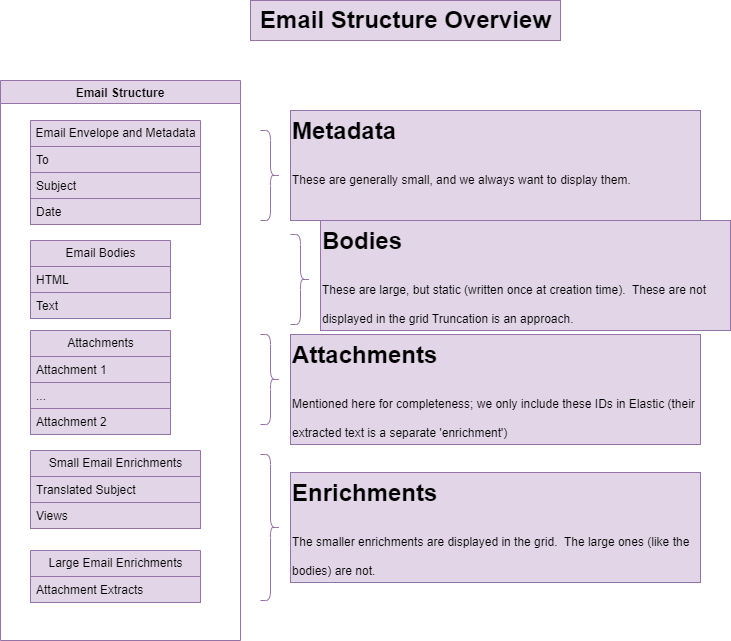
Above: notes/diagrams/email-structure-overview.png in maybe-another-name/elastic-things (draw.io), before the change. Source tidied: cells renumbered, new cells last; positions are measured from the earlier drawing's top-left corner, leaving out a move shared by most shapes.
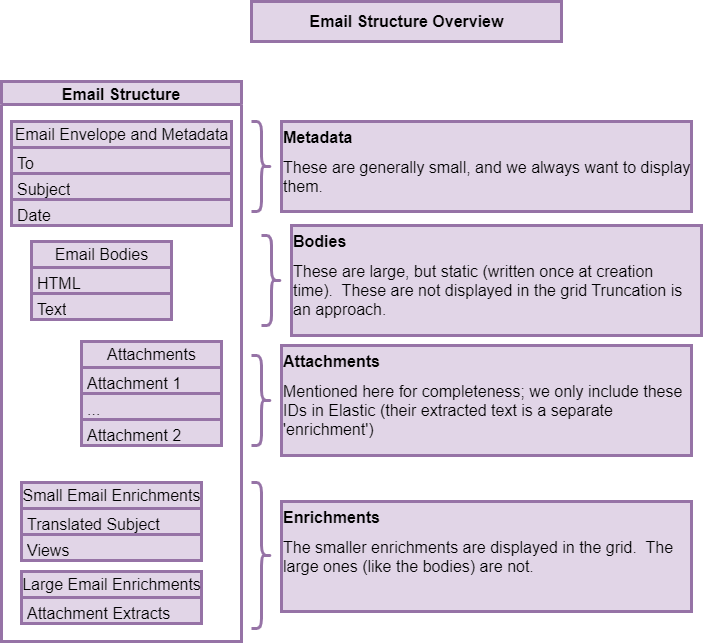
The same file after the commit.

The edit, as a diff of the source:
```diff
@@ -2,82 +2,82 @@
   <root>
     <mxCell id="0" />
     <mxCell id="1" parent="0" />
-    <mxCell id="2" value="Email Structure" style="swimlane;fillColor=#e1d5e7;strokeColor=#9673a6;" parent="1" vertex="1">
+    <mxCell id="2" value="Email Structure" style="swimlane;fillColor=#e1d5e7;strokeColor=#9673a6;fontSize=16;strokeWidth=3;" parent="1" vertex="1">
       <mxGeometry y="80" width="240" height="560" as="geometry" />
     </mxCell>
-    <mxCell id="3" value="Email Envelope and Metadata" style="swimlane;fontStyle=0;horizontal=1;startSize=26;fillColor=#e1d5e7;html=1;strokeColor=#9673a6;" parent="2" vertex="1">
-      <mxGeometry x="30" y="40" width="170" height="104" as="geometry" />
+    <mxCell id="3" value="Email Envelope and Metadata" style="swimlane;fontStyle=0;horizontal=1;startSize=26;fillColor=#e1d5e7;html=1;strokeColor=#9673a6;fontSize=16;strokeWidth=3;" parent="2" vertex="1">
+      <mxGeometry x="10" y="40" width="220" height="104" as="geometry" />
     </mxCell>
-    <mxCell id="4" value="To" style="text;strokeColor=#9673a6;fillColor=#e1d5e7;align=left;verticalAlign=top;spacingLeft=4;spacingRight=4;overflow=hidden;whiteSpace=wrap;html=1;" parent="3" vertex="1">
-      <mxGeometry y="26" width="170" height="26" as="geometry" />
+    <mxCell id="4" value="To" style="text;strokeColor=#9673a6;fillColor=#e1d5e7;align=left;verticalAlign=top;spacingLeft=4;spacingRight=4;overflow=hidden;whiteSpace=wrap;html=1;fontSize=16;strokeWidth=3;" parent="3" vertex="1">
+      <mxGeometry y="26" width="220" height="26" as="geometry" />
     </mxCell>
-    <mxCell id="5" value="Subject" style="text;strokeColor=#9673a6;fillColor=#e1d5e7;align=left;verticalAlign=top;spacingLeft=4;spacingRight=4;overflow=hidden;whiteSpace=wrap;html=1;" parent="3" vertex="1">
-      <mxGeometry y="52" width="170" height="26" as="geometry" />
+    <mxCell id="5" value="Subject" style="text;strokeColor=#9673a6;fillColor=#e1d5e7;align=left;verticalAlign=top;spacingLeft=4;spacingRight=4;overflow=hidden;whiteSpace=wrap;html=1;fontSize=16;strokeWidth=3;" parent="3" vertex="1">
+      <mxGeometry y="52" width="220" height="26" as="geometry" />
     </mxCell>
-    <mxCell id="6" value="Date" style="text;strokeColor=#9673a6;fillColor=#e1d5e7;align=left;verticalAlign=top;spacingLeft=4;spacingRight=4;overflow=hidden;whiteSpace=wrap;html=1;" parent="3" vertex="1">
-      <mxGeometry y="78" width="170" height="26" as="geometry" />
+    <mxCell id="6" value="Date" style="text;strokeColor=#9673a6;fillColor=#e1d5e7;align=left;verticalAlign=top;spacingLeft=4;spacingRight=4;overflow=hidden;whiteSpace=wrap;html=1;fontSize=16;strokeWidth=3;" parent="3" vertex="1">
+      <mxGeometry y="78" width="220" height="26" as="geometry" />
     </mxCell>
-    <mxCell id="7" value="Attachments" style="swimlane;fontStyle=0;horizontal=1;startSize=26;fillColor=#e1d5e7;html=1;strokeColor=#9673a6;" parent="2" vertex="1">
-      <mxGeometry x="30" y="250" width="140" height="104" as="geometry" />
+    <mxCell id="7" value="Attachments" style="swimlane;fontStyle=0;horizontal=1;startSize=26;fillColor=#e1d5e7;html=1;strokeColor=#9673a6;fontSize=16;strokeWidth=3;" parent="2" vertex="1">
+      <mxGeometry x="80" y="260" width="140" height="104" as="geometry" />
     </mxCell>
-    <mxCell id="8" value="Attachment 1" style="text;strokeColor=#9673a6;fillColor=#e1d5e7;align=left;verticalAlign=top;spacingLeft=4;spacingRight=4;overflow=hidden;whiteSpace=wrap;html=1;" parent="7" vertex="1">
+    <mxCell id="8" value="Attachment 1" style="text;strokeColor=#9673a6;fillColor=#e1d5e7;align=left;verticalAlign=top;spacingLeft=4;spacingRight=4;overflow=hidden;whiteSpace=wrap;html=1;fontSize=16;strokeWidth=3;" parent="7" vertex="1">
       <mxGeometry y="26" width="140" height="26" as="geometry" />
     </mxCell>
-    <mxCell id="9" value="..." style="text;strokeColor=#9673a6;fillColor=#e1d5e7;align=left;verticalAlign=top;spacingLeft=4;spacingRight=4;overflow=hidden;whiteSpace=wrap;html=1;" parent="7" vertex="1">
+    <mxCell id="9" value="..." style="text;strokeColor=#9673a6;fillColor=#e1d5e7;align=left;verticalAlign=top;spacingLeft=4;spacingRight=4;overflow=hidden;whiteSpace=wrap;html=1;fontSize=16;strokeWidth=3;" parent="7" vertex="1">
       <mxGeometry y="52" width="140" height="26" as="geometry" />
     </mxCell>
-    <mxCell id="10" value="Attachment 2" style="text;strokeColor=#9673a6;fillColor=#e1d5e7;align=left;verticalAlign=top;spacingLeft=4;spacingRight=4;overflow=hidden;whiteSpace=wrap;html=1;" parent="7" vertex="1">
+    <mxCell id="10" value="Attachment 2" style="text;strokeColor=#9673a6;fillColor=#e1d5e7;align=left;verticalAlign=top;spacingLeft=4;spacingRight=4;overflow=hidden;whiteSpace=wrap;html=1;fontSize=16;strokeWidth=3;" parent="7" vertex="1">
       <mxGeometry y="78" width="140" height="26" as="geometry" />
     </mxCell>
-    <mxCell id="11" value="Large Email Enrichments" style="swimlane;fontStyle=0;horizontal=1;startSize=26;fillColor=#e1d5e7;html=1;strokeColor=#9673a6;" parent="2" vertex="1">
-      <mxGeometry x="30" y="470" width="170" height="52" as="geometry" />
+    <mxCell id="11" value="Large Email Enrichments" style="swimlane;fontStyle=0;horizontal=1;startSize=26;fillColor=#e1d5e7;html=1;strokeColor=#9673a6;fontSize=16;strokeWidth=3;" parent="2" vertex="1">
+      <mxGeometry x="20" y="490" width="180" height="52" as="geometry" />
     </mxCell>
-    <mxCell id="12" value="Attachment Extracts" style="text;strokeColor=#9673a6;fillColor=#e1d5e7;align=left;verticalAlign=top;spacingLeft=4;spacingRight=4;overflow=hidden;whiteSpace=wrap;html=1;" parent="11" vertex="1">
-      <mxGeometry y="26" width="170" height="26" as="geometry" />
+    <mxCell id="12" value="Attachment Extracts" style="text;strokeColor=#9673a6;fillColor=#e1d5e7;align=left;verticalAlign=top;spacingLeft=4;spacingRight=4;overflow=hidden;whiteSpace=wrap;html=1;fontSize=16;strokeWidth=3;" parent="11" vertex="1">
+      <mxGeometry y="26" width="180" height="26" as="geometry" />
     </mxCell>
-    <mxCell id="13" value="Email Bodies" style="swimlane;fontStyle=0;horizontal=1;startSize=26;fillColor=#e1d5e7;html=1;strokeColor=#9673a6;" parent="1" vertex="1">
+    <mxCell id="13" value="Email Bodies" style="swimlane;fontStyle=0;horizontal=1;startSize=26;fillColor=#e1d5e7;html=1;strokeColor=#9673a6;fontSize=16;strokeWidth=3;" parent="1" vertex="1">
       <mxGeometry x="30" y="240" width="140" height="78" as="geometry" />
     </mxCell>
-    <mxCell id="14" value="HTML" style="text;strokeColor=#9673a6;fillColor=#e1d5e7;align=left;verticalAlign=top;spacingLeft=4;spacingRight=4;overflow=hidden;whiteSpace=wrap;html=1;" parent="13" vertex="1">
+    <mxCell id="14" value="HTML" style="text;strokeColor=#9673a6;fillColor=#e1d5e7;align=left;verticalAlign=top;spacingLeft=4;spacingRight=4;overflow=hidden;whiteSpace=wrap;html=1;fontSize=16;strokeWidth=3;" parent="13" vertex="1">
       <mxGeometry y="26" width="140" height="26" as="geometry" />
     </mxCell>
-    <mxCell id="15" value="Text" style="text;strokeColor=#9673a6;fillColor=#e1d5e7;align=left;verticalAlign=top;spacingLeft=4;spacingRight=4;overflow=hidden;whiteSpace=wrap;html=1;" parent="13" vertex="1">
+    <mxCell id="15" value="Text" style="text;strokeColor=#9673a6;fillColor=#e1d5e7;align=left;verticalAlign=top;spacingLeft=4;spacingRight=4;overflow=hidden;whiteSpace=wrap;html=1;fontSize=16;strokeWidth=3;" parent="13" vertex="1">
       <mxGeometry y="52" width="140" height="26" as="geometry" />
     </mxCell>
-    <mxCell id="16" value="Small Email Enrichments" style="swimlane;fontStyle=0;horizontal=1;startSize=26;fillColor=#e1d5e7;html=1;strokeColor=#9673a6;" parent="1" vertex="1">
-      <mxGeometry x="30" y="450" width="170" height="78" as="geometry" />
+    <mxCell id="16" value="Small Email Enrichments" style="swimlane;fontStyle=0;horizontal=1;startSize=26;fillColor=#e1d5e7;html=1;strokeColor=#9673a6;fontSize=16;strokeWidth=3;" parent="1" vertex="1">
+      <mxGeometry x="20" y="481" width="180" height="78" as="geometry" />
     </mxCell>
-    <mxCell id="17" value="Translated Subject" style="text;strokeColor=#9673a6;fillColor=#e1d5e7;align=left;verticalAlign=top;spacingLeft=4;spacingRight=4;overflow=hidden;whiteSpace=wrap;html=1;" parent="16" vertex="1">
-      <mxGeometry y="26" width="170" height="26" as="geometry" />
+    <mxCell id="17" value="Translated Subject" style="text;strokeColor=#9673a6;fillColor=#e1d5e7;align=left;verticalAlign=top;spacingLeft=4;spacingRight=4;overflow=hidden;whiteSpace=wrap;html=1;fontSize=16;strokeWidth=3;" parent="16" vertex="1">
+      <mxGeometry y="26" width="180" height="26" as="geometry" />
     </mxCell>
-    <mxCell id="18" value="Views" style="text;strokeColor=#9673a6;fillColor=#e1d5e7;align=left;verticalAlign=top;spacingLeft=4;spacingRight=4;overflow=hidden;whiteSpace=wrap;html=1;" parent="16" vertex="1">
-      <mxGeometry y="52" width="170" height="26" as="geometry" />
+    <mxCell id="18" value="Views" style="text;strokeColor=#9673a6;fillColor=#e1d5e7;align=left;verticalAlign=top;spacingLeft=4;spacingRight=4;overflow=hidden;whiteSpace=wrap;html=1;fontSize=16;strokeWidth=3;" parent="16" vertex="1">
+      <mxGeometry y="52" width="180" height="26" as="geometry" />
     </mxCell>
-    <mxCell id="19" style="shape=curlyBracket;whiteSpace=wrap;html=1;rounded=1;flipH=1;labelPosition=right;verticalLabelPosition=middle;align=left;verticalAlign=middle;size=0.5;fillColor=#e1d5e7;strokeColor=#9673a6;" parent="1" vertex="1">
-      <mxGeometry x="260" y="130" width="20" height="90" as="geometry" />
+    <mxCell id="19" style="shape=curlyBracket;whiteSpace=wrap;html=1;rounded=1;flipH=1;labelPosition=right;verticalLabelPosition=middle;align=left;verticalAlign=middle;size=0.5;fillColor=#e1d5e7;strokeColor=#9673a6;fontSize=16;fontStyle=0;strokeWidth=3;" parent="1" vertex="1">
+      <mxGeometry x="250" y="120" width="20" height="90" as="geometry" />
     </mxCell>
-    <mxCell id="20" value="&lt;h1 style=&quot;margin-top: 0px;&quot;&gt;&lt;span style=&quot;background-color: initial;&quot;&gt;Metadata&lt;/span&gt;&lt;/h1&gt;&lt;h1 style=&quot;margin-top: 0px;&quot;&gt;&lt;span style=&quot;background-color: initial; font-size: 12px; font-weight: normal;&quot;&gt;These are generally small, and we always want to display them.&lt;/span&gt;&lt;br&gt;&lt;/h1&gt;" style="text;html=1;whiteSpace=wrap;overflow=hidden;rounded=0;fillColor=#e1d5e7;strokeColor=#9673a6;" parent="1" vertex="1">
-      <mxGeometry x="290" y="110" width="410" height="110" as="geometry" />
+    <mxCell id="20" value="&lt;h1 style=&quot;margin-top: 0px; font-size: 16px;&quot;&gt;&lt;span style=&quot;background-color: initial; font-size: 16px;&quot;&gt;Metadata&lt;/span&gt;&lt;/h1&gt;&lt;h1 style=&quot;margin-top: 0px; font-size: 16px;&quot;&gt;&lt;span style=&quot;background-color: initial; font-size: 16px; font-weight: normal;&quot;&gt;These are generally small, and we always want to display them.&lt;/span&gt;&lt;br style=&quot;font-size: 16px;&quot;&gt;&lt;/h1&gt;" style="text;html=1;whiteSpace=wrap;overflow=hidden;rounded=0;fillColor=#e1d5e7;strokeColor=#9673a6;fontSize=16;strokeWidth=3;" parent="1" vertex="1">
+      <mxGeometry x="280" y="120" width="410" height="90" as="geometry" />
     </mxCell>
-    <mxCell id="21" style="shape=curlyBracket;whiteSpace=wrap;html=1;rounded=1;flipH=1;labelPosition=right;verticalLabelPosition=middle;align=left;verticalAlign=middle;size=0.5;fillColor=#e1d5e7;strokeColor=#9673a6;" parent="1" vertex="1">
-      <mxGeometry x="290" y="234" width="20" height="90" as="geometry" />
+    <mxCell id="21" style="shape=curlyBracket;whiteSpace=wrap;html=1;rounded=1;flipH=1;labelPosition=right;verticalLabelPosition=middle;align=left;verticalAlign=middle;size=0.5;fillColor=#e1d5e7;strokeColor=#9673a6;fontSize=16;fontStyle=0;strokeWidth=3;" parent="1" vertex="1">
+      <mxGeometry x="260" y="234" width="20" height="90" as="geometry" />
     </mxCell>
-    <mxCell id="22" value="&lt;h1 style=&quot;margin-top: 0px;&quot;&gt;&lt;span style=&quot;background-color: initial;&quot;&gt;Bodies&lt;/span&gt;&lt;/h1&gt;&lt;h1 style=&quot;margin-top: 0px;&quot;&gt;&lt;span style=&quot;background-color: initial; font-size: 12px; font-weight: normal;&quot;&gt;These are large, but static (written once at creation time).&amp;nbsp; These are not displayed in the grid Truncation is an approach.&lt;/span&gt;&lt;br&gt;&lt;/h1&gt;" style="text;html=1;whiteSpace=wrap;overflow=hidden;rounded=0;fillColor=#e1d5e7;strokeColor=#9673a6;" parent="1" vertex="1">
-      <mxGeometry x="320" y="220" width="410" height="110" as="geometry" />
+    <mxCell id="22" value="&lt;h1 style=&quot;margin-top: 0px; font-size: 16px;&quot;&gt;&lt;span style=&quot;background-color: initial; font-size: 16px;&quot;&gt;Bodies&lt;/span&gt;&lt;/h1&gt;&lt;h1 style=&quot;margin-top: 0px; font-size: 16px;&quot;&gt;&lt;span style=&quot;background-color: initial; font-size: 16px; font-weight: normal;&quot;&gt;These are large, but static (written once at creation time).&amp;nbsp; These are not displayed in the grid Truncation is an approach.&lt;/span&gt;&lt;br style=&quot;font-size: 16px;&quot;&gt;&lt;/h1&gt;" style="text;html=1;whiteSpace=wrap;overflow=hidden;rounded=0;fillColor=#e1d5e7;strokeColor=#9673a6;fontSize=16;strokeWidth=3;" parent="1" vertex="1">
+      <mxGeometry x="290" y="224" width="410" height="110" as="geometry" />
     </mxCell>
-    <mxCell id="23" style="shape=curlyBracket;whiteSpace=wrap;html=1;rounded=1;flipH=1;labelPosition=right;verticalLabelPosition=middle;align=left;verticalAlign=middle;size=0.5;fillColor=#e1d5e7;strokeColor=#9673a6;" parent="1" vertex="1">
-      <mxGeometry x="260" y="334" width="20" height="90" as="geometry" />
+    <mxCell id="23" style="shape=curlyBracket;whiteSpace=wrap;html=1;rounded=1;flipH=1;labelPosition=right;verticalLabelPosition=middle;align=left;verticalAlign=middle;size=0.5;fillColor=#e1d5e7;strokeColor=#9673a6;fontSize=16;fontStyle=0;strokeWidth=3;" parent="1" vertex="1">
+      <mxGeometry x="250" y="354" width="20" height="90" as="geometry" />
     </mxCell>
-    <mxCell id="24" value="&lt;h1 style=&quot;margin-top: 0px;&quot;&gt;&lt;span style=&quot;background-color: initial;&quot;&gt;Attachments&lt;/span&gt;&lt;/h1&gt;&lt;h1 style=&quot;margin-top: 0px;&quot;&gt;&lt;span style=&quot;background-color: initial; font-size: 12px; font-weight: normal;&quot;&gt;Mentioned here for completeness; we only include these IDs in Elastic (their extracted text is a separate 'enrichment')&lt;/span&gt;&lt;br&gt;&lt;/h1&gt;" style="text;html=1;whiteSpace=wrap;overflow=hidden;rounded=0;fillColor=#e1d5e7;strokeColor=#9673a6;" parent="1" vertex="1">
-      <mxGeometry x="290" y="334" width="410" height="110" as="geometry" />
+    <mxCell id="24" value="&lt;h1 style=&quot;margin-top: 0px; font-size: 16px;&quot;&gt;&lt;span style=&quot;background-color: initial; font-size: 16px;&quot;&gt;Attachments&lt;/span&gt;&lt;/h1&gt;&lt;h1 style=&quot;margin-top: 0px; font-size: 16px;&quot;&gt;&lt;span style=&quot;background-color: initial; font-size: 16px; font-weight: normal;&quot;&gt;Mentioned here for completeness; we only include these IDs in Elastic (their extracted text is a separate 'enrichment')&lt;/span&gt;&lt;br style=&quot;font-size: 16px;&quot;&gt;&lt;/h1&gt;" style="text;html=1;whiteSpace=wrap;overflow=hidden;rounded=0;fillColor=#e1d5e7;strokeColor=#9673a6;fontSize=16;strokeWidth=3;" parent="1" vertex="1">
+      <mxGeometry x="280" y="344" width="410" height="110" as="geometry" />
     </mxCell>
-    <mxCell id="25" style="shape=curlyBracket;whiteSpace=wrap;html=1;rounded=1;flipH=1;labelPosition=right;verticalLabelPosition=middle;align=left;verticalAlign=middle;size=0.5;fillColor=#e1d5e7;strokeColor=#9673a6;" parent="1" vertex="1">
-      <mxGeometry x="260" y="454" width="20" height="146" as="geometry" />
+    <mxCell id="25" style="shape=curlyBracket;whiteSpace=wrap;html=1;rounded=1;flipH=1;labelPosition=right;verticalLabelPosition=middle;align=left;verticalAlign=middle;size=0.5;fillColor=#e1d5e7;strokeColor=#9673a6;fontSize=16;fontStyle=0;strokeWidth=3;" parent="1" vertex="1">
+      <mxGeometry x="250" y="481" width="20" height="146" as="geometry" />
     </mxCell>
-    <mxCell id="26" value="&lt;h1 style=&quot;margin-top: 0px;&quot;&gt;&lt;span style=&quot;background-color: initial;&quot;&gt;Enrichments&lt;/span&gt;&lt;/h1&gt;&lt;h1 style=&quot;margin-top: 0px;&quot;&gt;&lt;span style=&quot;font-size: 12px; font-weight: 400;&quot;&gt;The smaller enrichments are displayed in the grid.&amp;nbsp; The large ones (like the bodies) are not.&lt;/span&gt;&lt;/h1&gt;" style="text;html=1;whiteSpace=wrap;overflow=hidden;rounded=0;fillColor=#e1d5e7;strokeColor=#9673a6;" parent="1" vertex="1">
-      <mxGeometry x="290" y="472" width="410" height="110" as="geometry" />
+    <mxCell id="26" value="&lt;h1 style=&quot;margin-top: 0px; font-size: 16px;&quot;&gt;&lt;span style=&quot;background-color: initial; font-size: 16px;&quot;&gt;Enrichments&lt;/span&gt;&lt;/h1&gt;&lt;h1 style=&quot;margin-top: 0px; font-size: 16px;&quot;&gt;&lt;span style=&quot;font-size: 16px; font-weight: 400;&quot;&gt;The smaller enrichments are displayed in the grid.&amp;nbsp; The large ones (like the bodies) are not.&lt;/span&gt;&lt;/h1&gt;" style="text;html=1;whiteSpace=wrap;overflow=hidden;rounded=0;fillColor=#e1d5e7;strokeColor=#9673a6;fontSize=16;strokeWidth=3;" parent="1" vertex="1">
+      <mxGeometry x="280" y="500" width="410" height="110" as="geometry" />
     </mxCell>
-    <mxCell id="27" value="Email Structure Overview" style="text;strokeColor=#9673a6;fillColor=#e1d5e7;html=1;fontSize=24;fontStyle=1;verticalAlign=middle;align=center;" parent="1" vertex="1">
+    <mxCell id="27" value="Email Structure Overview" style="text;strokeColor=#9673a6;fillColor=#e1d5e7;html=1;fontSize=16;fontStyle=1;verticalAlign=middle;align=center;strokeWidth=3;" parent="1" vertex="1">
       <mxGeometry x="250" width="310" height="40" as="geometry" />
     </mxCell>
   </root>
```
